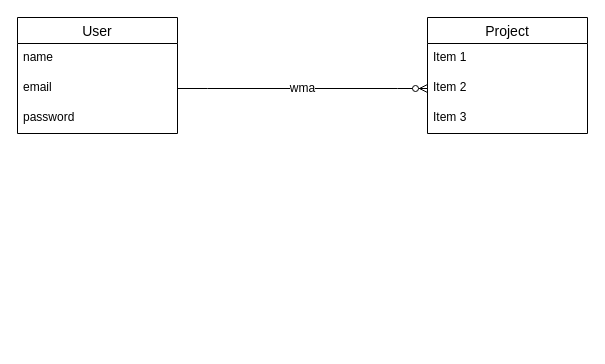
This is ola_website.drawio from olaa30-j/portfolio, a draw.io file, before an edit. Source tidied: cells renumbered, new cells numbered last; positions are measured from the earlier drawing's top-left corner, leaving out a move shared by most shapes. Both pictures are drawn from the tidied source at 100%, with x=0, y=0 at pixel (17, 17).
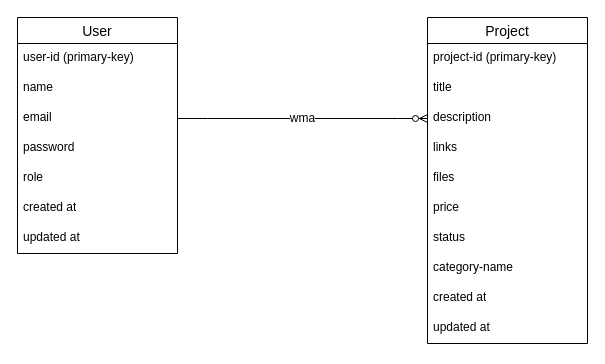
The same diagram, later.

Diff of the diagram source:
```diff
@@
     <mxCell id="2" value="User" style="swimlane;fontStyle=0;horizontal=1;startSize=26;align=center;fontSize=14;" parent="1" vertex="1">
-      <mxGeometry width="160" height="116" as="geometry" />
+      <mxGeometry width="160" height="236" as="geometry" />
     </mxCell>
+    <mxCell id="11" value="user-id (primary-key)" style="text;strokeColor=none;fillColor=none;spacingLeft=4;spacingRight=4;overflow=hidden;fontSize=12;whiteSpace=wrap;html=1;" parent="2" vertex="1">
+      <mxGeometry y="26" width="160" height="30" as="geometry" />
+    </mxCell>
     <mxCell id="3" value="name" style="text;strokeColor=none;fillColor=none;spacingLeft=4;spacingRight=4;overflow=hidden;fontSize=12;whiteSpace=wrap;html=1;" parent="2" vertex="1">
-      <mxGeometry y="26" width="160" height="30" as="geometry" />
+      <mxGeometry y="56" width="160" height="30" as="geometry" />
     </mxCell>
     <mxCell id="4" value="email" style="text;strokeColor=none;fillColor=none;spacingLeft=4;spacingRight=4;overflow=hidden;points=[[0,0.5],[1,0.5]];portConstraint=eastwest;fontSize=12;whiteSpace=wrap;html=1;" parent="2" vertex="1">
-      <mxGeometry y="56" width="160" height="30" as="geometry" />
+      <mxGeometry y="86" width="160" height="30" as="geometry" />
     </mxCell>
     <mxCell id="5" value="password" style="text;strokeColor=none;fillColor=none;spacingLeft=4;spacingRight=4;overflow=hidden;fontSize=12;whiteSpace=wrap;html=1;" parent="2" vertex="1">
-      <mxGeometry y="86" width="160" height="30" as="geometry" />
+      <mxGeometry y="116" width="160" height="30" as="geometry" />
     </mxCell>
+    <mxCell id="12" value="role" style="text;strokeColor=none;fillColor=none;spacingLeft=4;spacingRight=4;overflow=hidden;fontSize=12;whiteSpace=wrap;html=1;" parent="2" vertex="1">
+      <mxGeometry y="146" width="160" height="30" as="geometry" />
+    </mxCell>
+    <mxCell id="13" value="created at" style="text;strokeColor=none;fillColor=none;spacingLeft=4;spacingRight=4;overflow=hidden;fontSize=12;whiteSpace=wrap;html=1;" parent="2" vertex="1">
+      <mxGeometry y="176" width="160" height="30" as="geometry" />
+    </mxCell>
+    <mxCell id="14" value="updated at" style="text;strokeColor=none;fillColor=none;spacingLeft=4;spacingRight=4;overflow=hidden;fontSize=12;whiteSpace=wrap;html=1;" parent="2" vertex="1">
+      <mxGeometry y="206" width="160" height="30" as="geometry" />
+    </mxCell>
     <mxCell id="6" value="Project" style="swimlane;fontStyle=0;horizontal=1;startSize=26;align=center;fontSize=14;" parent="1" vertex="1">
-      <mxGeometry x="410" width="160" height="116" as="geometry" />
+      <mxGeometry x="410" width="160" height="326" as="geometry" />
     </mxCell>
+    <mxCell id="15" value="project-id (primary-key)" style="text;strokeColor=none;fillColor=none;spacingLeft=4;spacingRight=4;overflow=hidden;fontSize=12;whiteSpace=wrap;html=1;" parent="6" vertex="1">
+      <mxGeometry y="26" width="160" height="30" as="geometry" />
+    </mxCell>
-    <mxCell id="7" value="Item 1" style="text;strokeColor=none;fillColor=none;spacingLeft=4;spacingRight=4;overflow=hidden;fontSize=12;whiteSpace=wrap;html=1;" parent="6" vertex="1">
-      <mxGeometry y="26" width="160" height="30" as="geometry" />
+    <mxCell id="7" value="title" style="text;strokeColor=none;fillColor=none;spacingLeft=4;spacingRight=4;overflow=hidden;fontSize=12;whiteSpace=wrap;html=1;" parent="6" vertex="1">
+      <mxGeometry y="56" width="160" height="30" as="geometry" />
     </mxCell>
-    <mxCell id="8" value="Item 2" style="text;strokeColor=none;fillColor=none;spacingLeft=4;spacingRight=4;overflow=hidden;points=[[0,0.5],[1,0.5]];portConstraint=eastwest;fontSize=12;whiteSpace=wrap;html=1;" parent="6" vertex="1">
-      <mxGeometry y="56" width="160" height="30" as="geometry" />
+    <mxCell id="8" value="description" style="text;strokeColor=none;fillColor=none;spacingLeft=4;spacingRight=4;overflow=hidden;points=[[0,0.5],[1,0.5]];portConstraint=eastwest;fontSize=12;whiteSpace=wrap;html=1;" parent="6" vertex="1">
+      <mxGeometry y="86" width="160" height="30" as="geometry" />
     </mxCell>
+    <mxCell id="16" value="links" style="text;strokeColor=none;fillColor=none;spacingLeft=4;spacingRight=4;overflow=hidden;fontSize=12;whiteSpace=wrap;html=1;" parent="6" vertex="1">
+      <mxGeometry y="116" width="160" height="30" as="geometry" />
+    </mxCell>
+    <mxCell id="17" value="files" style="text;strokeColor=none;fillColor=none;spacingLeft=4;spacingRight=4;overflow=hidden;fontSize=12;whiteSpace=wrap;html=1;" parent="6" vertex="1">
+      <mxGeometry y="146" width="160" height="30" as="geometry" />
+    </mxCell>
-    <mxCell id="9" value="Item 3" style="text;strokeColor=none;fillColor=none;spacingLeft=4;spacingRight=4;overflow=hidden;fontSize=12;whiteSpace=wrap;html=1;" parent="6" vertex="1">
-      <mxGeometry y="86" width="160" height="30" as="geometry" />
+    <mxCell id="9" value="price" style="text;strokeColor=none;fillColor=none;spacingLeft=4;spacingRight=4;overflow=hidden;fontSize=12;whiteSpace=wrap;html=1;" parent="6" vertex="1">
+      <mxGeometry y="176" width="160" height="30" as="geometry" />
     </mxCell>
+    <mxCell id="18" value="status" style="text;strokeColor=none;fillColor=none;spacingLeft=4;spacingRight=4;overflow=hidden;fontSize=12;whiteSpace=wrap;html=1;" parent="6" vertex="1">
+      <mxGeometry y="206" width="160" height="30" as="geometry" />
+    </mxCell>
+    <mxCell id="19" value="category-name" style="text;strokeColor=none;fillColor=none;spacingLeft=4;spacingRight=4;overflow=hidden;fontSize=12;whiteSpace=wrap;html=1;" parent="6" vertex="1">
+      <mxGeometry y="236" width="160" height="30" as="geometry" />
+    </mxCell>
+    <mxCell id="20" value="created at" style="text;strokeColor=none;fillColor=none;spacingLeft=4;spacingRight=4;overflow=hidden;fontSize=12;whiteSpace=wrap;html=1;" parent="6" vertex="1">
+      <mxGeometry y="266" width="160" height="30" as="geometry" />
+    </mxCell>
+    <mxCell id="21" value="updated at" style="text;strokeColor=none;fillColor=none;spacingLeft=4;spacingRight=4;overflow=hidden;fontSize=12;whiteSpace=wrap;html=1;" parent="6" vertex="1">
+      <mxGeometry y="296" width="160" height="30" as="geometry" />
+    </mxCell>
```
